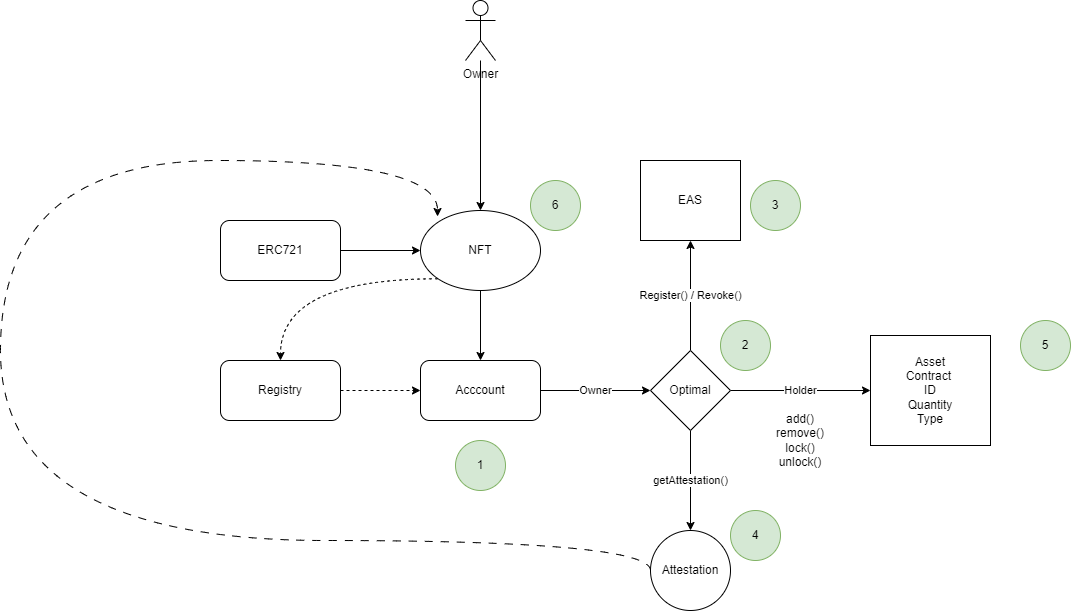
The draw.io diagram media/optimus-model.png in cryptotwilight/optimuss, before a commit. Source tidied: cells renumbered, new cells last; positions are measured from the earlier drawing's top-left corner, leaving out a move shared by most shapes.
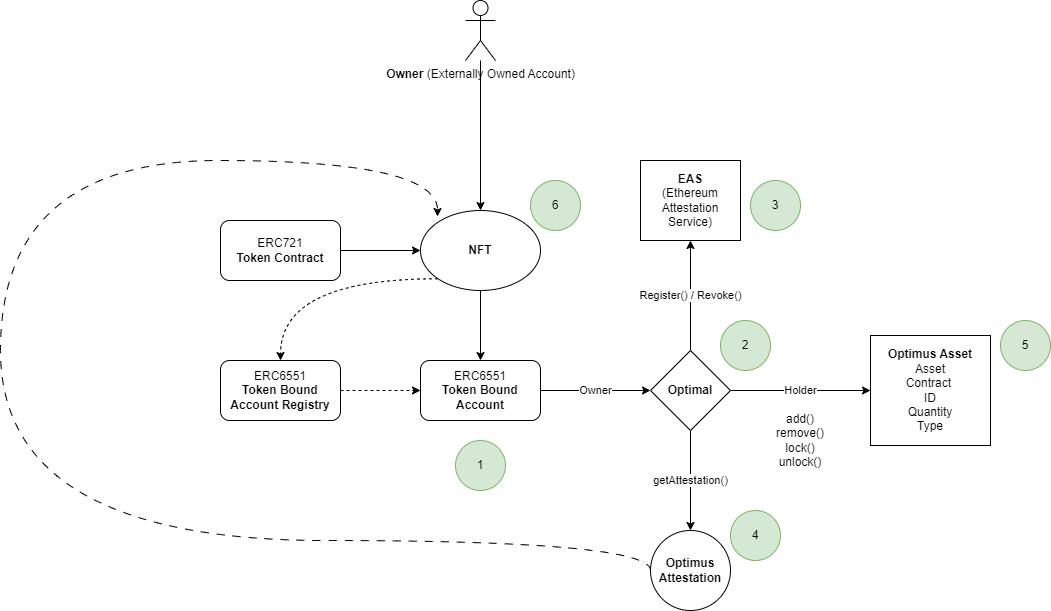
The same diagram one commit later.

Diff of the diagram source:
```diff
@@ -5,19 +5,19 @@
     <mxCell id="2" style="edgeStyle=orthogonalEdgeStyle;rounded=0;jettySize=auto;html=1;exitX=1;exitY=0.5;exitDx=0;exitDy=0;" parent="1" edge="1" source="3" target="10">
       <mxGeometry relative="1" as="geometry" />
     </mxCell>
-    <mxCell id="3" value="ERC721" style="rounded=1;whiteSpace=wrap;html=1;" parent="1" vertex="1">
+    <mxCell id="3" value="ERC721&lt;br&gt;&lt;b&gt;Token Contract&lt;/b&gt;" style="rounded=1;whiteSpace=wrap;html=1;" parent="1" vertex="1">
       <mxGeometry x="220" y="220" width="120" height="60" as="geometry" />
     </mxCell>
     <mxCell id="4" style="edgeStyle=orthogonalEdgeStyle;rounded=0;jettySize=auto;html=1;dashed=1;" parent="1" edge="1" source="5" target="7">
       <mxGeometry relative="1" as="geometry" />
     </mxCell>
-    <mxCell id="5" value="Registry" style="rounded=1;whiteSpace=wrap;html=1;" parent="1" vertex="1">
+    <mxCell id="5" value="ERC6551 &lt;br&gt;&lt;b&gt;Token Bound Account Registry&lt;/b&gt;" style="rounded=1;whiteSpace=wrap;html=1;" parent="1" vertex="1">
       <mxGeometry x="220" y="360" width="120" height="60" as="geometry" />
     </mxCell>
     <mxCell id="6" value="Owner" style="edgeStyle=orthogonalEdgeStyle;rounded=0;jettySize=auto;html=1;entryX=0;entryY=0.5;entryDx=0;entryDy=0;" parent="1" edge="1" source="7" target="16">
       <mxGeometry relative="1" as="geometry" />
     </mxCell>
-    <mxCell id="7" value="Acccount" style="rounded=1;whiteSpace=wrap;html=1;" parent="1" vertex="1">
+    <mxCell id="7" value="ERC6551&lt;br&gt;&lt;b&gt;Token Bound Account&lt;/b&gt;" style="rounded=1;whiteSpace=wrap;html=1;" parent="1" vertex="1">
       <mxGeometry x="420" y="360" width="120" height="60" as="geometry" />
     </mxCell>
     <mxCell id="8" style="edgeStyle=orthogonalEdgeStyle;rounded=0;jettySize=auto;html=1;" parent="1" edge="1" source="10" target="7">
@@ -26,13 +26,13 @@
     <mxCell id="9" style="edgeStyle=orthogonalEdgeStyle;rounded=0;jettySize=auto;html=1;exitX=0;exitY=1;exitDx=0;exitDy=0;curved=1;dashed=1;" parent="1" edge="1" source="10" target="5">
       <mxGeometry relative="1" as="geometry" />
     </mxCell>
-    <mxCell id="10" value="NFT" style="ellipse;whiteSpace=wrap;html=1;" parent="1" vertex="1">
+    <mxCell id="10" value="&lt;b&gt;NFT&lt;/b&gt;" style="ellipse;whiteSpace=wrap;html=1;" parent="1" vertex="1">
       <mxGeometry x="420" y="210" width="120" height="80" as="geometry" />
     </mxCell>
     <mxCell id="11" style="edgeStyle=orthogonalEdgeStyle;rounded=0;jettySize=auto;html=1;" parent="1" edge="1" source="12" target="10">
       <mxGeometry relative="1" as="geometry" />
     </mxCell>
-    <mxCell id="12" value="Owner" style="shape=umlActor;verticalLabelPosition=bottom;verticalAlign=top;html=1;outlineConnect=0;" parent="1" vertex="1">
+    <mxCell id="12" value="&lt;b&gt;Owner &lt;/b&gt;(Externally Owned Account)" style="shape=umlActor;verticalLabelPosition=bottom;verticalAlign=top;html=1;outlineConnect=0;" parent="1" vertex="1">
       <mxGeometry x="465" width="30" height="60" as="geometry" />
     </mxCell>
     <mxCell id="13" value="Holder" style="edgeStyle=orthogonalEdgeStyle;rounded=0;jettySize=auto;html=1;exitX=1;exitY=0.5;exitDx=0;exitDy=0;" parent="1" edge="1" source="16" target="17">
@@ -44,10 +44,10 @@
     <mxCell id="15" value="Register() / Revoke()" style="edgeStyle=orthogonalEdgeStyle;rounded=0;jettySize=auto;html=1;entryX=0.5;entryY=1;entryDx=0;entryDy=0;" parent="1" edge="1" source="16" target="20">
       <mxGeometry relative="1" as="geometry" />
     </mxCell>
-    <mxCell id="16" value="Optimal" style="rhombus;whiteSpace=wrap;html=1;" parent="1" vertex="1">
+    <mxCell id="16" value="&lt;b&gt;Optimal&lt;/b&gt;" style="rhombus;whiteSpace=wrap;html=1;" parent="1" vertex="1">
       <mxGeometry x="650" y="350" width="80" height="80" as="geometry" />
     </mxCell>
-    <mxCell id="17" value="Asset&lt;br&gt;Contract&amp;nbsp;&lt;br&gt;ID&lt;br&gt;Quantity&lt;br&gt;Type" style="rounded=0;whiteSpace=wrap;html=1;" parent="1" vertex="1">
+    <mxCell id="17" value="&lt;b&gt;Optimus Asset&lt;/b&gt;&lt;br&gt;Asset&lt;br&gt;Contract&amp;nbsp;&lt;br&gt;ID&lt;br&gt;Quantity&lt;br&gt;Type" style="rounded=0;whiteSpace=wrap;html=1;" parent="1" vertex="1">
       <mxGeometry x="870" y="335" width="120" height="110" as="geometry" />
     </mxCell>
     <mxCell id="18" style="edgeStyle=orthogonalEdgeStyle;rounded=0;jettySize=auto;html=1;entryX=0.142;entryY=0.075;entryDx=0;entryDy=0;entryPerimeter=0;curved=1;dashed=1;dashPattern=8 8;exitX=0;exitY=0.5;exitDx=0;exitDy=0;" parent="1" edge="1" source="19" target="10">
@@ -60,10 +60,10 @@
         </Array>
       </mxGeometry>
     </mxCell>
-    <mxCell id="19" value="Attestation" style="ellipse;whiteSpace=wrap;html=1;" parent="1" vertex="1">
+    <mxCell id="19" value="&lt;b&gt;Optimus&lt;br&gt;Attestation&lt;/b&gt;" style="ellipse;whiteSpace=wrap;html=1;" parent="1" vertex="1">
       <mxGeometry x="650" y="530" width="80" height="80" as="geometry" />
     </mxCell>
-    <mxCell id="20" value="EAS" style="rounded=0;whiteSpace=wrap;html=1;" parent="1" vertex="1">
+    <mxCell id="20" value="&lt;b&gt;EAS&lt;/b&gt;&lt;br&gt;(Ethereum Attestation Service)" style="rounded=0;whiteSpace=wrap;html=1;" parent="1" vertex="1">
       <mxGeometry x="640" y="160" width="100" height="80" as="geometry" />
     </mxCell>
     <mxCell id="21" value="add()&lt;br&gt;remove()&lt;br&gt;lock()&lt;br&gt;unlock()" style="text;html=1;strokeColor=none;fillColor=none;align=center;verticalAlign=middle;whiteSpace=wrap;rounded=0;" parent="1" vertex="1">
@@ -82,7 +82,7 @@
       <mxGeometry x="730" y="510" width="50" height="50" as="geometry" />
     </mxCell>
     <mxCell id="26" value="5" style="ellipse;whiteSpace=wrap;html=1;fillColor=#d5e8d4;strokeColor=#82b366;" parent="1" vertex="1">
-      <mxGeometry x="1020" y="320" width="50" height="50" as="geometry" />
+      <mxGeometry x="1000" y="320" width="50" height="50" as="geometry" />
     </mxCell>
     <mxCell id="27" value="6" style="ellipse;whiteSpace=wrap;html=1;fillColor=#d5e8d4;strokeColor=#82b366;" parent="1" vertex="1">
       <mxGeometry x="530" y="180" width="50" height="50" as="geometry" />
```
